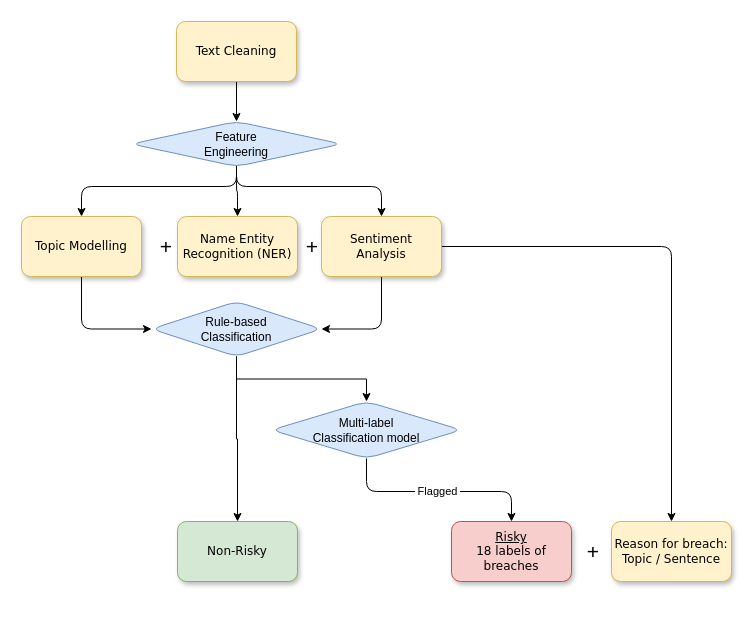
Before: capstone.drawio in Lithene/capstone, a draw.io diagram. Source tidied: cells renumbered, new cells numbered last; positions are measured from the earlier drawing's top-left corner, leaving out a move shared by most shapes. Both pictures are drawn from the tidied source at 100%, with x=0, y=0 at pixel (21, 21).
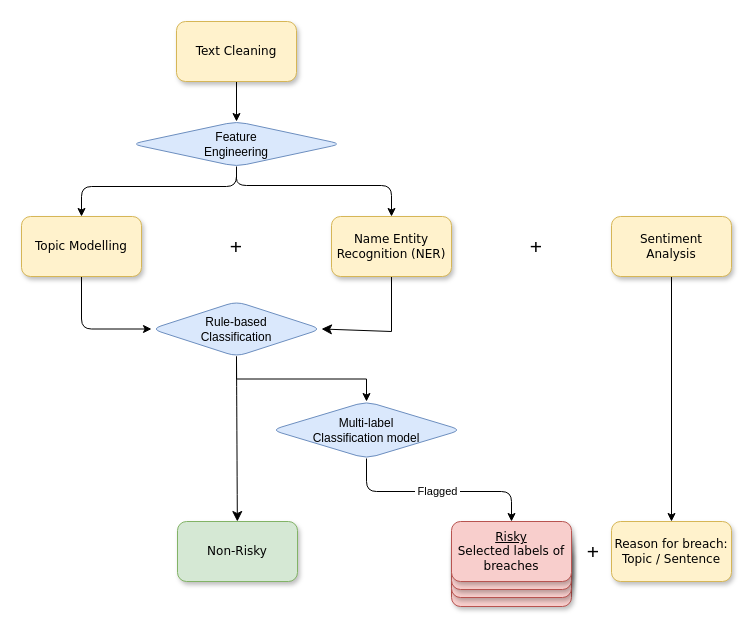
The same diagram, later.

Unchanged cells that the change refers to:
```xml
<mxCell id="2" value="&lt;span&gt;Non-Risky&lt;/span&gt;" style="whiteSpace=wrap;html=1;rounded=1;shadow=1;labelBackgroundColor=none;strokeWidth=1;fontFamily=Verdana;fontSize=12;align=center;fillColor=#d5e8d4;strokeColor=#82b366;" parent="1" vertex="1">
  <mxGeometry x="156" y="500" width="120" height="60" as="geometry" />
</mxCell>
<mxCell id="13" value="Feature &lt;br&gt;Engineering" style="rhombus;whiteSpace=wrap;html=1;rounded=1;fillColor=#dae8fc;strokeColor=#6c8ebf;" parent="1" vertex="1">
  <mxGeometry x="110" y="100" width="210" height="45" as="geometry" />
</mxCell>
<mxCell id="22" value="Rule-based&lt;br&gt;Classification" style="rhombus;whiteSpace=wrap;html=1;rounded=1;fillColor=#dae8fc;strokeColor=#6c8ebf;" parent="1" vertex="1">
  <mxGeometry x="130" y="280" width="170" height="55" as="geometry" />
</mxCell>
```

Diff of the diagram source:
```diff
@@
+    <mxCell id="25" style="whiteSpace=wrap;html=1;rounded=1;shadow=1;labelBackgroundColor=none;strokeWidth=1;fontFamily=Verdana;fontSize=12;align=center;fillColor=#f8cecc;strokeColor=#b85450;" parent="1" vertex="1">
+      <mxGeometry x="430" y="525" width="120" height="60" as="geometry" />
+    </mxCell>
+    <mxCell id="26" style="whiteSpace=wrap;html=1;rounded=1;shadow=1;labelBackgroundColor=none;strokeWidth=1;fontFamily=Verdana;fontSize=12;align=center;fillColor=#f8cecc;strokeColor=#b85450;" parent="1" vertex="1">
+      <mxGeometry x="430" y="516" width="120" height="60" as="geometry" />
+    </mxCell>
+    <mxCell id="27" style="whiteSpace=wrap;html=1;rounded=1;shadow=1;labelBackgroundColor=none;strokeWidth=1;fontFamily=Verdana;fontSize=12;align=center;fillColor=#f8cecc;strokeColor=#b85450;" parent="1" vertex="1">
+      <mxGeometry x="430" y="508" width="120" height="60" as="geometry" />
+    </mxCell>
@@
-    <mxCell id="3" value="&lt;span&gt;&lt;u&gt;Risky&lt;/u&gt;&lt;br&gt;18 labels of breaches&lt;/span&gt;" style="whiteSpace=wrap;html=1;rounded=1;shadow=1;labelBackgroundColor=none;strokeWidth=1;fontFamily=Verdana;fontSize=12;align=center;fillColor=#f8cecc;strokeColor=#b85450;" parent="1" vertex="1">
+    <mxCell id="3" value="&lt;span&gt;&lt;u&gt;Risky&lt;/u&gt;&lt;br&gt;Selected labels of breaches&lt;/span&gt;" style="whiteSpace=wrap;html=1;rounded=1;shadow=1;labelBackgroundColor=none;strokeWidth=1;fontFamily=Verdana;fontSize=12;align=center;fillColor=#f8cecc;strokeColor=#b85450;" parent="1" vertex="1">
       <mxGeometry x="430" y="500" width="120" height="60" as="geometry" />
     </mxCell>
@@
+    <mxCell id="28" style="edgeStyle=none;hachureGap=4;jettySize=auto;html=1;exitX=0.5;exitY=1;exitDx=0;exitDy=0;entryX=1;entryY=0.5;entryDx=0;entryDy=0;fontFamily=Architects Daughter;fontSize=16;startSize=8;endSize=8;strokeColor=none;rounded=1;" parent="1" edge="1" source="6" target="22">
+      <mxGeometry relative="1" as="geometry" />
+    </mxCell>
+    <mxCell id="29" style="edgeStyle=none;rounded=0;hachureGap=4;jettySize=auto;html=1;exitX=0.5;exitY=1;exitDx=0;exitDy=0;entryX=1;entryY=0.5;entryDx=0;entryDy=0;fontFamily=Architects Daughter;fontSize=16;startSize=8;endSize=8;" parent="1" edge="1" source="6" target="22">
+      <mxGeometry relative="1" as="geometry">
+        <Array as="points">
+          <mxPoint x="370" y="310" />
+        </Array>
+      </mxGeometry>
+    </mxCell>
     <mxCell id="6" value="&lt;span&gt;Name Entity Recognition (NER)&lt;/span&gt;" style="whiteSpace=wrap;html=1;rounded=1;shadow=1;labelBackgroundColor=none;strokeWidth=1;fontFamily=Verdana;fontSize=12;align=center;fillColor=#fff2cc;strokeColor=#d6b656;" parent="1" vertex="1">
-      <mxGeometry x="156" y="195" width="120" height="60" as="geometry" />
+      <mxGeometry x="310" y="195" width="120" height="60" as="geometry" />
     </mxCell>
-    <mxCell id="7" style="edgeStyle=orthogonalEdgeStyle;rounded=1;jettySize=auto;html=1;entryX=1;entryY=0.5;entryDx=0;entryDy=0;" parent="1" edge="1" source="9" target="22">
-      <mxGeometry relative="1" as="geometry">
-        <Array as="points">
-          <mxPoint x="360" y="308" />
-        </Array>
-      </mxGeometry>
-    </mxCell>
@@
     <mxCell id="9" value="&lt;span&gt;Sentiment&lt;br&gt;Analysis&lt;/span&gt;" style="whiteSpace=wrap;html=1;rounded=1;shadow=1;labelBackgroundColor=none;strokeWidth=1;fontFamily=Verdana;fontSize=12;align=center;fillColor=#fff2cc;strokeColor=#d6b656;" parent="1" vertex="1">
-      <mxGeometry x="300" y="195" width="120" height="60" as="geometry" />
+      <mxGeometry x="590" y="195" width="120" height="60" as="geometry" />
     </mxCell>
@@
-    <mxCell id="11" style="edgeStyle=orthogonalEdgeStyle;rounded=1;jettySize=auto;html=1;" parent="1" edge="1" source="13" target="6">
-      <mxGeometry relative="1" as="geometry" />
+    <mxCell id="11" style="edgeStyle=orthogonalEdgeStyle;rounded=1;jettySize=auto;html=1;entryX=0.5;entryY=0;entryDx=0;entryDy=0;" parent="1" edge="1" target="6">
+      <mxGeometry relative="1" as="geometry">
+        <mxPoint x="215" y="150" as="sourcePoint" />
+        <Array as="points">
+          <mxPoint x="215" y="164" />
+          <mxPoint x="370" y="164" />
+        </Array>
+      </mxGeometry>
     </mxCell>
-    <mxCell id="12" style="edgeStyle=orthogonalEdgeStyle;rounded=1;jettySize=auto;html=1;entryX=0.5;entryY=0;entryDx=0;entryDy=0;exitX=0.34;exitY=0.637;exitDx=0;exitDy=0;exitPerimeter=0;" parent="1" edge="1" source="13" target="9">
-      <mxGeometry relative="1" as="geometry">
-        <Array as="points">
-          <mxPoint x="215" y="129" />
-          <mxPoint x="215" y="165" />
-          <mxPoint x="360" y="165" />
-        </Array>
-      </mxGeometry>
-    </mxCell>
@@
     <mxCell id="17" value="&lt;font style=&quot;font-size: 21px;&quot;&gt;+&lt;/font&gt;" style="text;html=1;strokeColor=none;fillColor=none;align=center;verticalAlign=middle;whiteSpace=wrap;rounded=1;" parent="1" vertex="1">
-      <mxGeometry x="130" y="210" width="30" height="30" as="geometry" />
+      <mxGeometry x="200" y="210" width="30" height="30" as="geometry" />
     </mxCell>
-    <mxCell id="18" value="&lt;font style=&quot;font-size: 21px;&quot;&gt;+&lt;/font&gt;" style="text;html=1;strokeColor=none;fillColor=none;align=center;verticalAlign=middle;whiteSpace=wrap;rounded=1;" parent="1" vertex="1">
-      <mxGeometry x="276" y="210" width="30" height="30" as="geometry" />
-    </mxCell>
@@
-    <mxCell id="21" style="edgeStyle=orthogonalEdgeStyle;rounded=0;hachureGap=4;jettySize=auto;html=1;exitX=0.5;exitY=1;exitDx=0;exitDy=0;entryX=0.5;entryY=0;entryDx=0;entryDy=0;fontFamily=Architects Daughter;fontSize=16;" parent="1" edge="1" source="22" target="2">
+    <mxCell id="21" style="edgeStyle=none;curved=1;rounded=0;hachureGap=4;jettySize=auto;html=1;exitX=0.5;exitY=1;exitDx=0;exitDy=0;fontFamily=Architects Daughter;fontSize=16;startSize=8;endSize=8;" parent="1" edge="1" source="22" target="2">
       <mxGeometry relative="1" as="geometry" />
     </mxCell>
@@
+    <mxCell id="18" value="&lt;font style=&quot;font-size: 21px;&quot;&gt;+&lt;/font&gt;" style="text;html=1;strokeColor=none;fillColor=none;align=center;verticalAlign=middle;whiteSpace=wrap;rounded=1;" parent="1" vertex="1">
+      <mxGeometry x="500" y="210" width="30" height="30" as="geometry" />
+    </mxCell>
```
